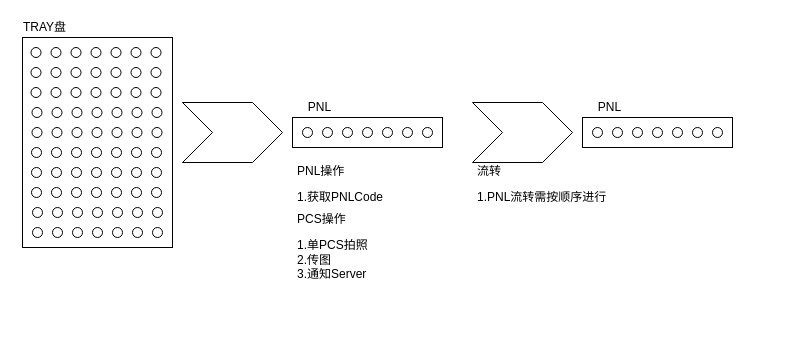
Earlier version of the draw.io diagram AVI线体逻辑规划.drawio (LeaderXinjianSun/Drawio). Source tidied: cells renumbered, new cells numbered last; positions are measured from the earlier drawing's top-left corner, leaving out a move shared by most shapes. Both pictures are drawn from the tidied source at 100%, with x=0, y=0 at pixel (17, 17).
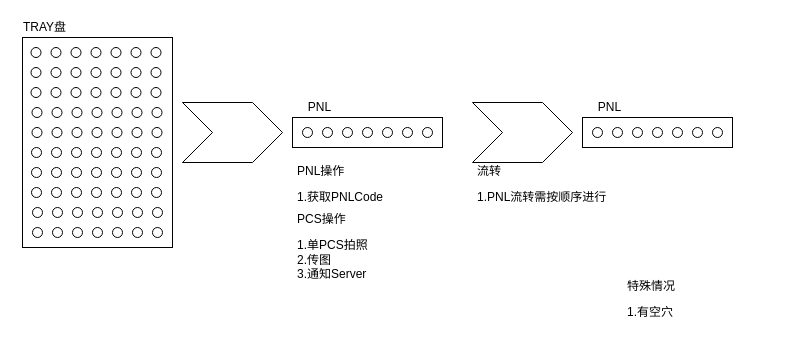
The same diagram, later.

Commit message:
更新AVI线体逻辑规划.drawio

The edit, as a diff of the source:
```diff
@@
+    <mxCell id="98" value="&lt;p&gt;特殊情况&lt;/p&gt;&lt;div&gt;1.有空穴&lt;/div&gt;" style="text;html=1;strokeColor=none;fillColor=none;spacing=5;spacingTop=-20;whiteSpace=wrap;overflow=hidden;rounded=0;" parent="1" vertex="1">
+      <mxGeometry x="605" y="260" width="150" height="45" as="geometry" />
+    </mxCell>
```
